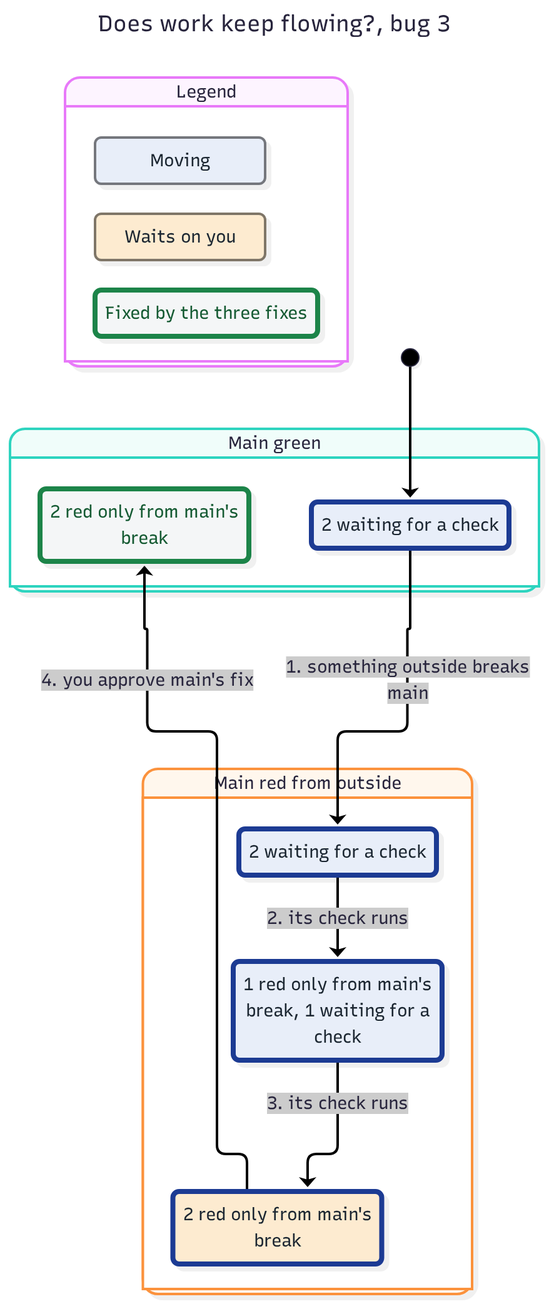
JoshuaHayesWasHere/jstack keeps this Mermaid diagram as features/jmerge/spec/FlowToday-statechart/bug-3.png. Above is the earlier version. Its source is kept beside it as features/jmerge/spec/FlowToday-statechart/bug-3.mmd.
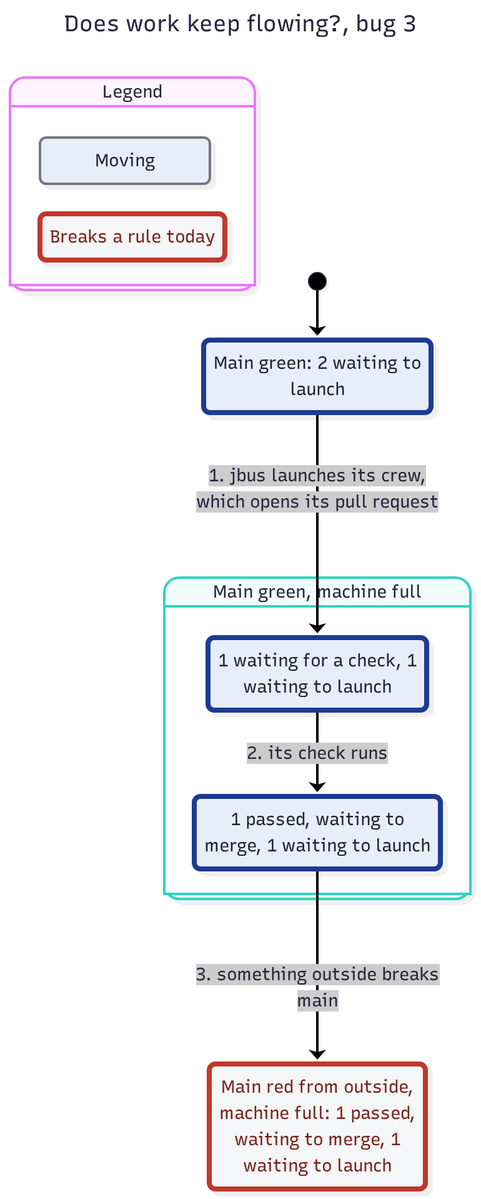
Above is the later version.

Change to the diagram source:
```diff
@@ -6,35 +6,26 @@
     useMaxWidth: false
 ---
 stateDiagram-v2
-  classDef plainFixed fill:#f4f6f7,stroke:#1e8449,stroke-width:4px,color:#145a32
+  classDef plainWrong fill:#f4f6f7,stroke:#c0392b,stroke-width:4px,color:#7b241c
   classDef group1 fill:#e8eef9,stroke:#74777d,color:#1b2631
   classDef group1Path fill:#e8eef9,stroke:#1f3a93,stroke-width:4px,color:#1b2631
-  classDef group2 fill:#fdebd0,stroke:#7f7668,color:#1b2631
-  classDef group2Path fill:#fdebd0,stroke:#1f3a93,stroke-width:4px,color:#1b2631
   state "Legend" as legend {
     state "Moving" as legendGroup1
-    state "Waits on you" as legendGroup2
-    state "Fixed by the three fixes" as legendFixed
+    state "Breaks a rule today" as legendWrong
   }
   class legendGroup1 group1
-  class legendGroup2 group2
-  class legendFixed plainFixed
-  state "Main green" as g0 {
-    state "2 red only from main's<br/>break" as s0
-    state "2 waiting for a check" as s1
+  class legendWrong plainWrong
+  state "Main green, machine full" as g0 {
+    state "1 passed, waiting to<br/>merge, 1 waiting to launch" as s0
+    state "1 waiting for a check, 1<br/>waiting to launch" as s1
   }
-  state "Main red from outside" as g1 {
-    state "1 red only from main's<br/>break, 1 waiting for a<br/>check" as s2
-    state "2 red only from main's<br/>break" as s3
-    state "2 waiting for a check" as s4
-  }
-  [*] --> s1
-  s1 --> s4 : 1. something outside breaks<br/>main
-  s4 --> s2 : 2. its check runs
-  s2 --> s3 : 3. its check runs
-  s3 --> s0 : 4. you approve main's fix
-  class s0 plainFixed
+  state "Main green: 2 waiting to<br/>launch" as s2
+  state "Main red from outside,<br/>machine full: 1 passed,<br/>waiting to merge, 1<br/>waiting to launch" as s3
+  [*] --> s2
+  s2 --> s1 : 1. jbus launches its crew,<br/>which opens its pull request
+  s1 --> s0 : 2. its check runs
+  s0 --> s3 : 3. something outside breaks<br/>main
+  class s0 group1Path
   class s1 group1Path
   class s2 group1Path
-  class s3 group2Path
-  class s4 group1Path
+  class s3 plainWrong
```
